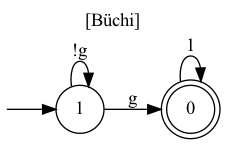
Above: dfa0.png in YuliiaSuprun/Task-Planning-with-TEGs (Graphviz), before the change. Its source is kept beside it as dfa0.dot.
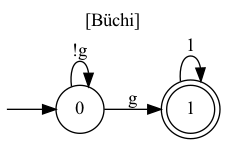
The same diagram one commit later.

What changed in the source:
```diff
@@ -4,10 +4,10 @@
   labelloc="t"
   node [shape="circle"]
   I [label="", style=invis, width=0]
-  I -> 1
-  0 [label="0", peripheries=2]
-  0 -> 0 [label="1"]
-  1 [label="1"]
-  1 -> 0 [label="g"]
-  1 -> 1 [label="!g"]
+  I -> 0
+  0 [label="0"]
+  0 -> 0 [label="!g"]
+  0 -> 1 [label="g"]
+  1 [label="1", peripheries=2]
+  1 -> 1 [label="1"]
 }
```
